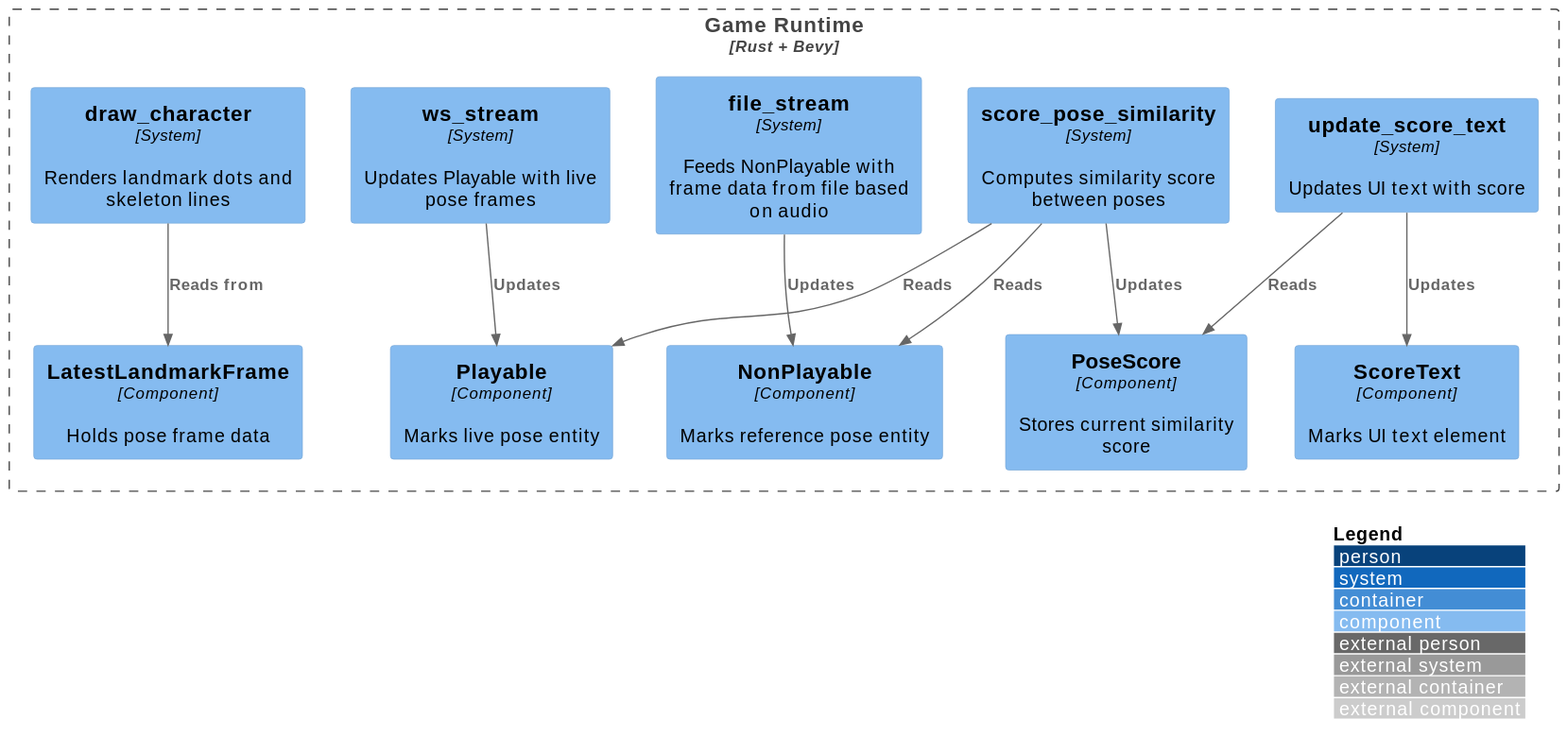
Earlier version of the PlantUML export docs/arch/diagrams/c4-level-3-component-game-client.svg (tobiaslocker/pose).
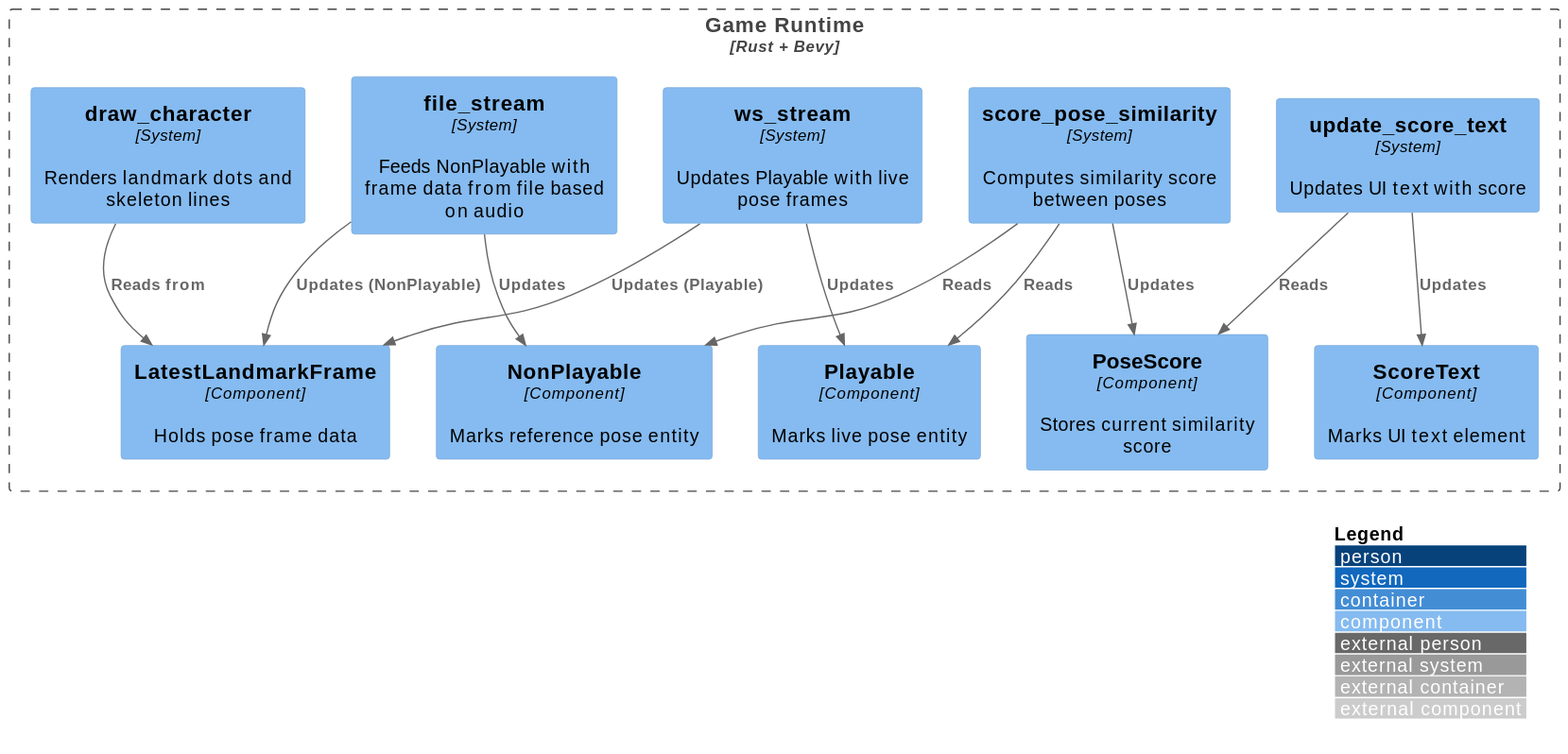
After the commit.

The edit, as a diff of the source:
```diff
@@ -19,7 +19,9 @@
 }
 
 Rel(file_stream, NonPlayable, "Updates")
+Rel(file_stream, LatestLandmarkFrame, "Updates (NonPlayable)")
 Rel(ws_stream, Playable, "Updates")
+Rel(ws_stream, LatestLandmarkFrame, "Updates (Playable)")
 Rel(draw_character, LatestLandmarkFrame, "Reads from")
 Rel(score_pose_similarity, Playable, "Reads")
 Rel(score_pose_similarity, NonPlayable, "Reads")
```
